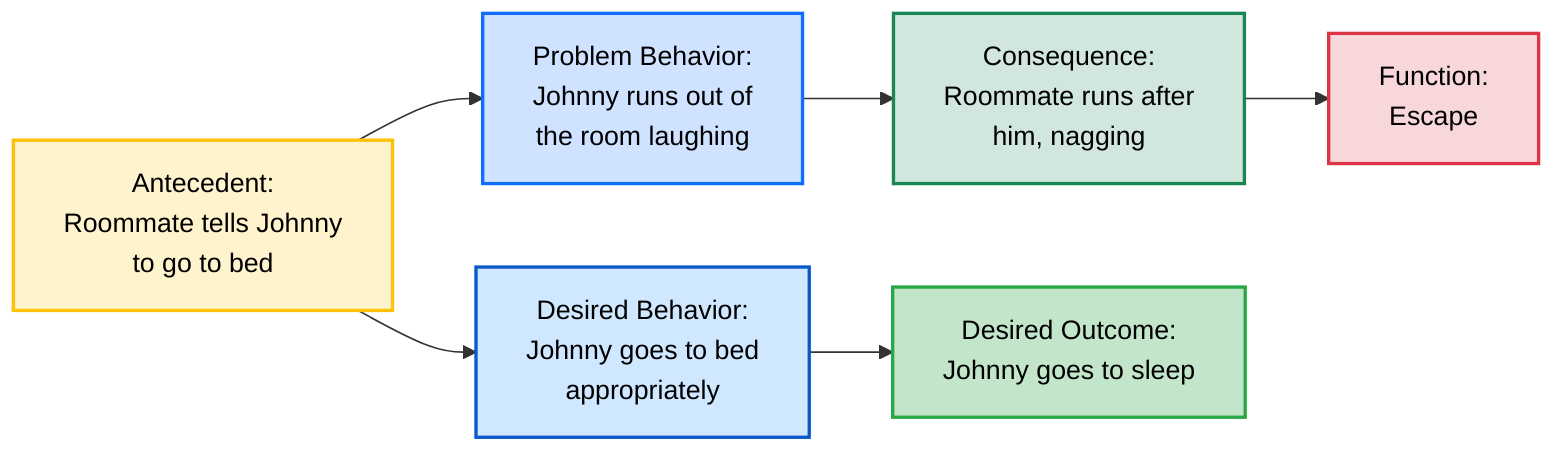
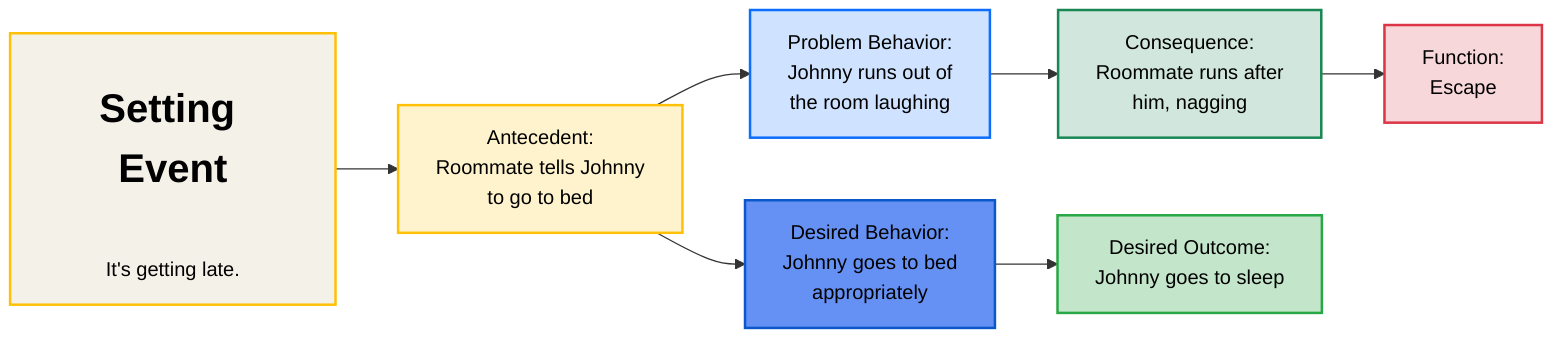
flowchart LR
+   settingEvent["<h1>Setting Event</h1><br/>It's getting late."]
+   settingEvent --> A
  A["Antecedent:<br/>Roommate tells Johnny<br/>to go to bed"] --> PB["Problem Behavior:<br/>Johnny runs out of<br/>the room laughing"] --> C["Consequence:<br/>Roommate runs after<br/>him, nagging"]
  C --> F["Function:<br/>Escape"]
  A --> DB["Desired Behavior:<br/>Johnny goes to bed<br/>appropriately"] --> DO["Desired Outcome:<br/>Johnny goes to sleep"]
+   class settingEvent set
  class A ant
  class PB beh
  class C con
  class F func
  class DB desired
  class DO outcome
-   classDef ant fill:#fff3cd,stroke:#ffc107,stroke-width:2px,color:#000
-   classDef beh fill:#cfe2ff,stroke:#0d6efd,stroke-width:2px,color:#000
-   classDef con fill:#d1e7dd,stroke:#198754,stroke-width:2px,color:#000
-   classDef func fill:#f8d7da,stroke:#dc3545,stroke-width:2px,color:#000
-   classDef desired fill:#d0e8ff,stroke:#0a58ca,stroke-width:2px,color:#000
-   classDef outcome fill:#c3e6cb,stroke:#28a745,stroke-width:2px,color:#000
+ 
+ classDef set fill:#f4f1e9,stroke:#ffc107,stroke-width:2px,color:#000
+ classDef ant fill:#fff3cd,stroke:#ffc107,stroke-width:2px,color:#000
+ classDef beh fill:#cfe2ff,stroke:#0d6efd,stroke-width:2px,color:#000
+ classDef con fill:#d1e7dd,stroke:#198754,stroke-width:2px,color:#000
+ classDef desired fill:#6591f5,stroke:#0a58ca,stroke-width:2px,color:#000
+ classDef outcome fill:#c3e6cb,stroke:#28a745,stroke-width:2px,color:#000
+ classDef func fill:#f8d7da,stroke:#dc3545,stroke-width:2px,color:#000
+ 
